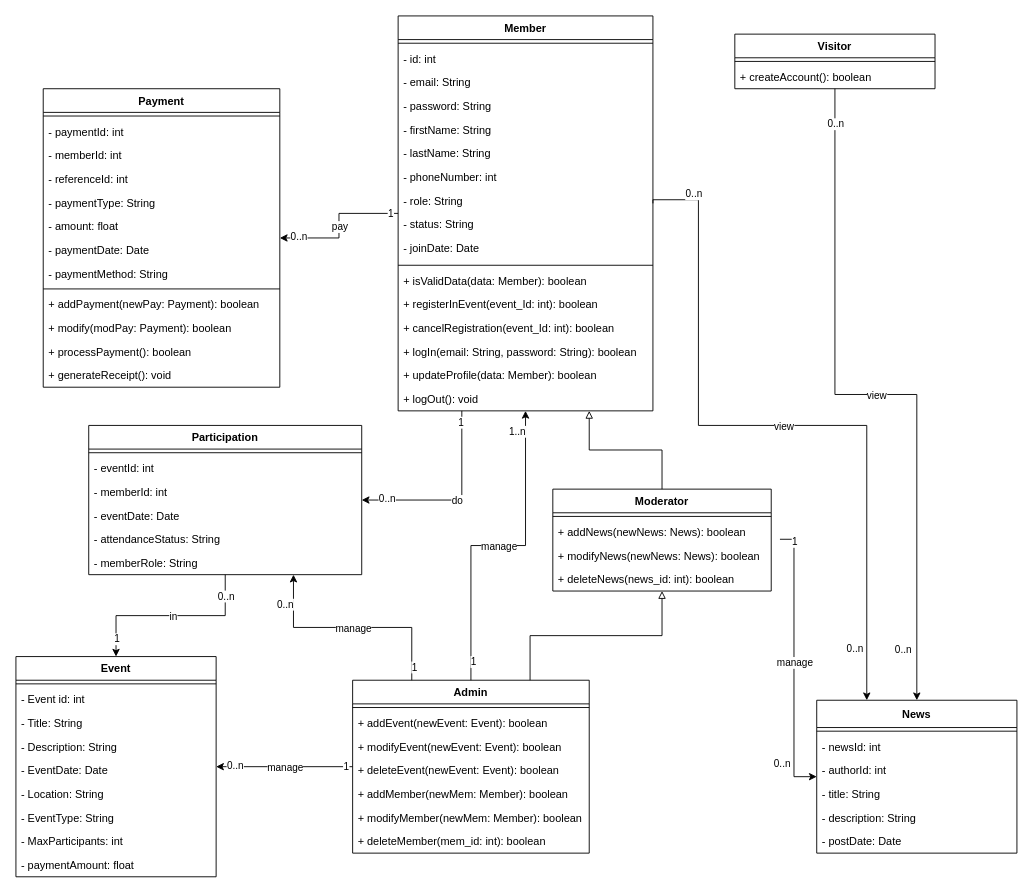
The draw.io diagram uml diagram/class.drawio in rayenbenyoussef/Jci_Manager, before the edit. Source tidied: cells renumbered, new cells numbered last; positions are measured from the earlier drawing's top-left corner, leaving out a move shared by most shapes. Both pictures are drawn from the tidied source at 91%, with x=0, y=0 at pixel (15, 15).
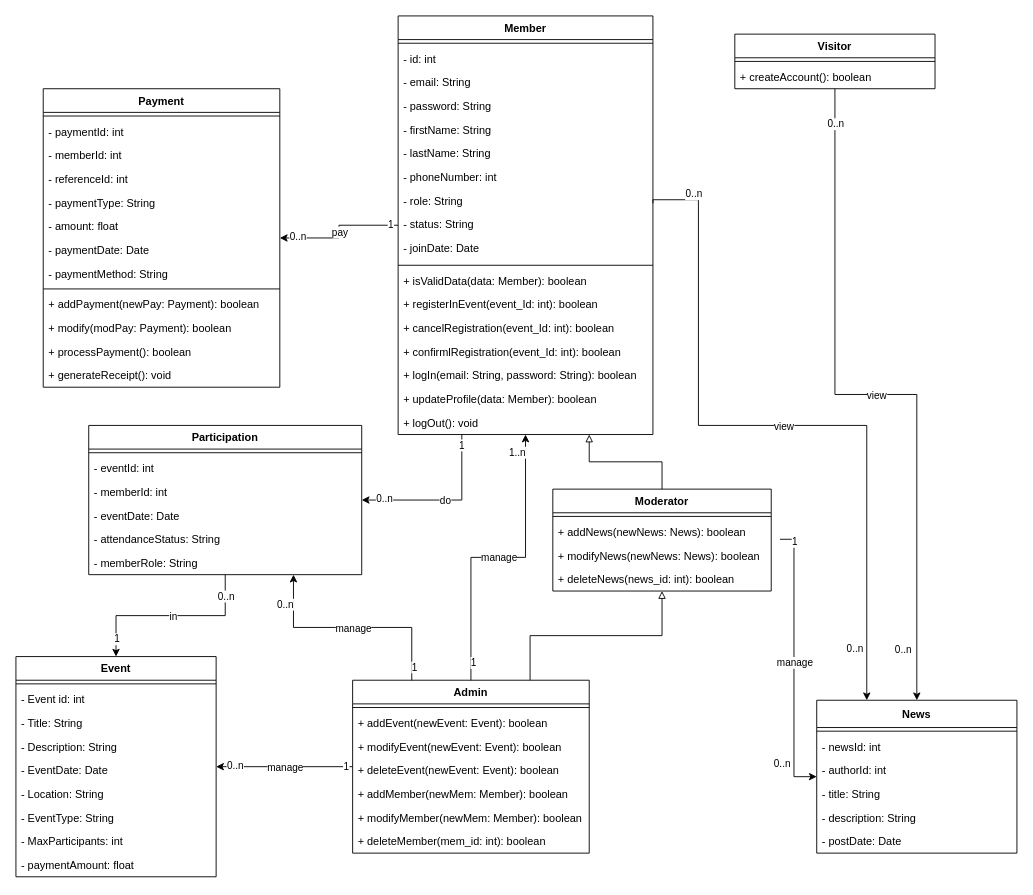
The same page after the edit.

The edit, as a diff of the source:
```diff
@@
     <mxCell id="12" value="Member" style="swimlane;fontStyle=1;horizontal=1;startSize=26;fillColor=light-dark(#FFFFFF,#004C99);" parent="1" vertex="1">
-      <mxGeometry x="420" width="280" height="434" as="geometry" />
+      <mxGeometry x="420" width="280" height="460" as="geometry" />
     </mxCell>
@@
+    <mxCell id="112" value="+ confirmlRegistration(event_Id: int): boolean" style="text;strokeColor=none;fillColor=none;align=left;verticalAlign=top;spacingLeft=4;spacingRight=4;overflow=hidden;" parent="12" vertex="1">
+      <mxGeometry y="356" width="280" height="26" as="geometry" />
+    </mxCell>
     <mxCell id="27" value="+ logIn(email: String, password: String): boolean" style="text;strokeColor=none;fillColor=none;align=left;verticalAlign=top;spacingLeft=4;spacingRight=4;overflow=hidden;" parent="12" vertex="1">
-      <mxGeometry y="356" width="280" height="26" as="geometry" />
+      <mxGeometry y="382" width="280" height="26" as="geometry" />
     </mxCell>
     <mxCell id="28" value="+ updateProfile(data: Member): boolean" style="text;strokeColor=none;fillColor=none;align=left;verticalAlign=top;spacingLeft=4;spacingRight=4;overflow=hidden;" parent="12" vertex="1">
-      <mxGeometry y="382" width="280" height="26" as="geometry" />
+      <mxGeometry y="408" width="280" height="26" as="geometry" />
     </mxCell>
     <mxCell id="29" value="+ logOut(): void" style="text;strokeColor=none;fillColor=none;align=left;verticalAlign=top;spacingLeft=4;spacingRight=4;overflow=hidden;" parent="12" vertex="1">
-      <mxGeometry y="408" width="280" height="26" as="geometry" />
+      <mxGeometry y="434" width="280" height="26" as="geometry" />
     </mxCell>
```
